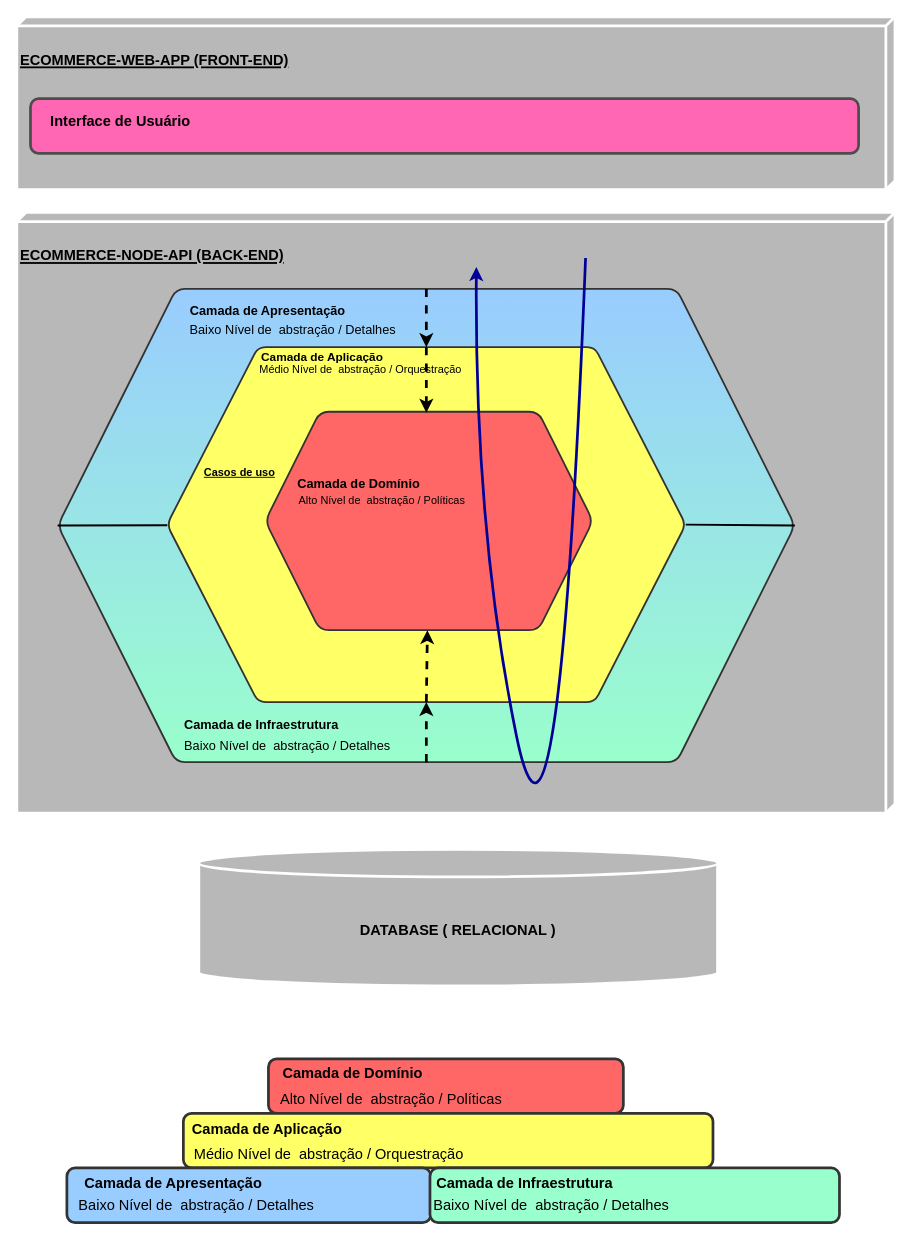
ruthierre/ecommerce-node-api keeps this draw.io diagram as page "ARQUITETURA HEXAGONAL" (2 of 2) of requirements/ecommerce-arquitetura.drawio. Above is the earlier version. Source tidied: cells renumbered, new cells numbered last; positions are measured from the earlier drawing's top-left corner, leaving out a move shared by most shapes. Both pictures are drawn from the tidied source at 91%, with x=0, y=0 at pixel (15, 16).
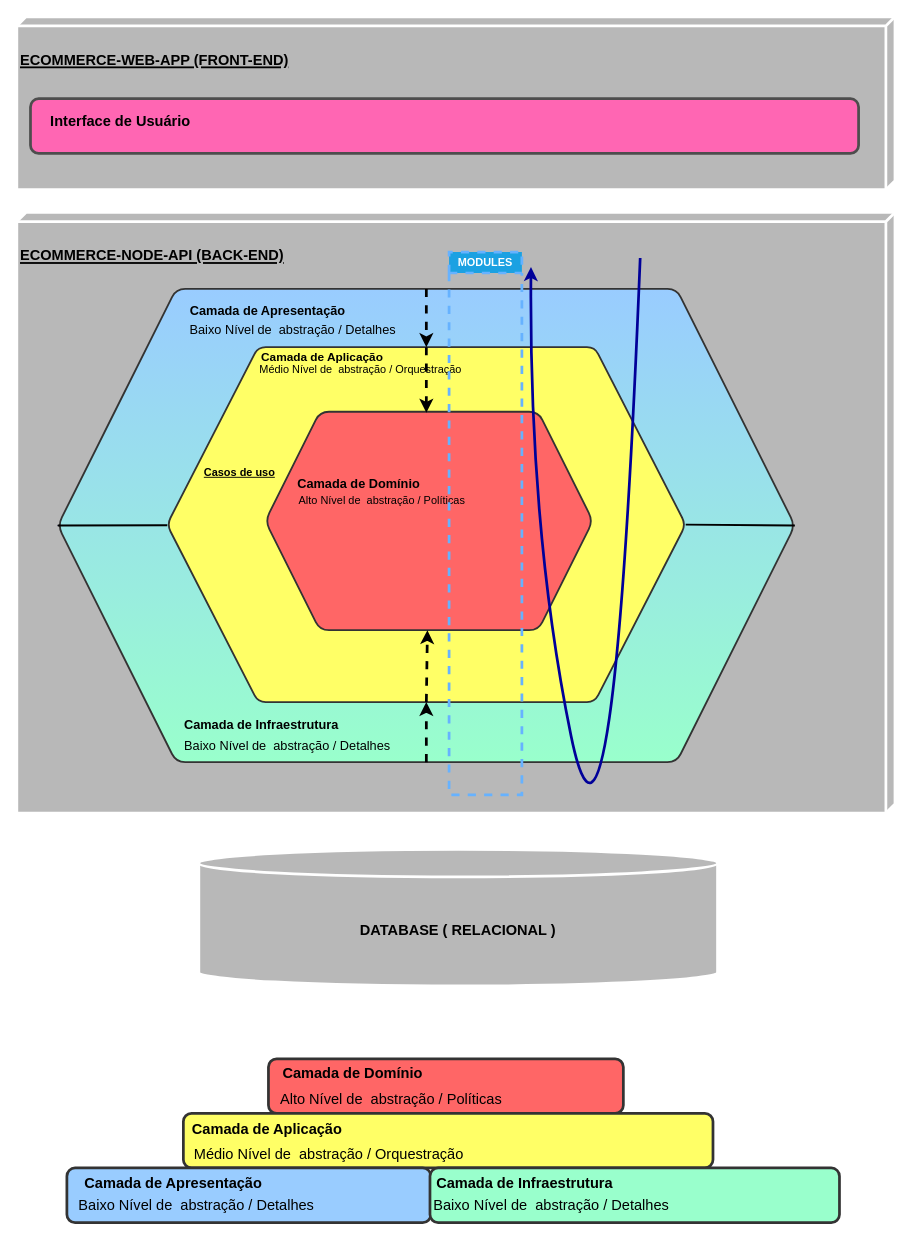
The same diagram, later.

What changed in the source:
```diff
@@
     <mxCell id="28" style="curved=1;endArrow=classic;html=1;strokeColor=#000099;strokeWidth=3;fontSize=16;fontColor=#000000;" parent="1" edge="1">
       <mxGeometry relative="1" as="geometry">
-        <mxPoint x="626" y="265" as="sourcePoint" />
-        <mxPoint x="506" y="275" as="targetPoint" />
+        <mxPoint x="686" y="265" as="sourcePoint" />
+        <mxPoint x="566" y="275" as="targetPoint" />
         <Array as="points">
-          <mxPoint x="596" y="1015" />
-          <mxPoint x="504" y="565" />
+          <mxPoint x="656" y="1015" />
+          <mxPoint x="564" y="565" />
         </Array>
       </mxGeometry>
     </mxCell>
@@
+    <mxCell id="41" value="MODULES" style="swimlane;whiteSpace=wrap;html=1;fillColor=#1ba1e2;fontColor=#ffffff;strokeColor=#66B2FF;dashed=1;strokeWidth=3;" parent="1" vertex="1">
+      <mxGeometry x="476" y="258.5" width="80" height="596.5" as="geometry" />
+    </mxCell>
```
